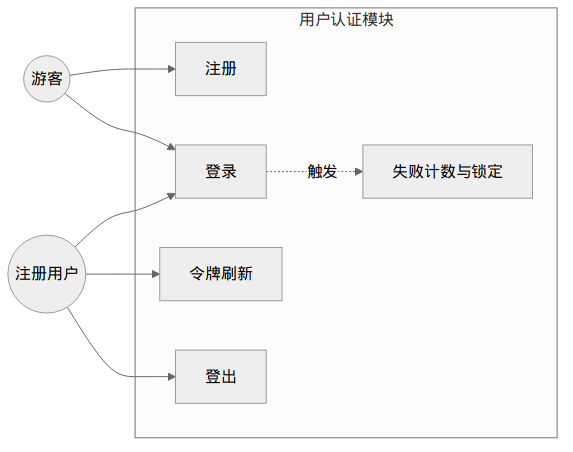
Wkjlovec/graduation_project_zhuang keeps this Mermaid diagram as docs/diagrams/fig3-2-auth-usecase.png. Above is the earlier version. Its source is kept beside it as docs/diagrams/fig3-2-auth-usecase.mmd. Source of this version:
```mermaid
%%{init: {'theme': 'neutral'}}%%
graph LR
    Guest((游客))
    User((注册用户))

    subgraph 用户认证模块
        REG[注册]
        LOGIN[登录]
        REFRESH[令牌刷新]
        LOGOUT[登出]
        LOCK[失败计数与锁定]
    end

    Guest --> REG
    Guest --> LOGIN
    User --> LOGIN
    User --> REFRESH
    User --> LOGOUT
    LOGIN -.->|触发| LOCK
```
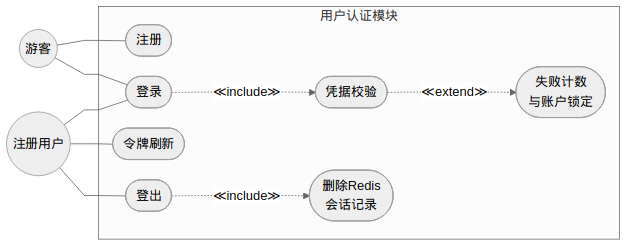
The same file after the commit.

Change to the diagram source:
```diff
@@ -1,19 +1,24 @@
-%%{init: {'theme': 'neutral'}}%%
+%%{init: {'theme': 'neutral', 'flowchart': {'curve': 'linear', 'rankSpacing': 35, 'nodeSpacing': 25}}}%%
 graph LR
     Guest((游客))
     User((注册用户))
 
     subgraph 用户认证模块
-        REG[注册]
-        LOGIN[登录]
-        REFRESH[令牌刷新]
-        LOGOUT[登出]
-        LOCK[失败计数与锁定]
+        direction TB
+        UC1([注册])
+        UC2([登录])
+        UC3([令牌刷新])
+        UC4([登出])
+        UC5([凭据校验])
+        UC6([失败计数\n与账户锁定])
+        UC7([删除Redis\n会话记录])
     end
 
-    Guest --> REG
-    Guest --> LOGIN
-    User --> LOGIN
-    User --> REFRESH
-    User --> LOGOUT
-    LOGIN -.->|触发| LOCK
+    Guest --- UC1
+    Guest --- UC2
+    User --- UC2
+    User --- UC3
+    User --- UC4
+    UC2 -..->|"≪include≫"| UC5
+    UC5 -..->|"≪extend≫"| UC6
+    UC4 -..->|"≪include≫"| UC7
```
